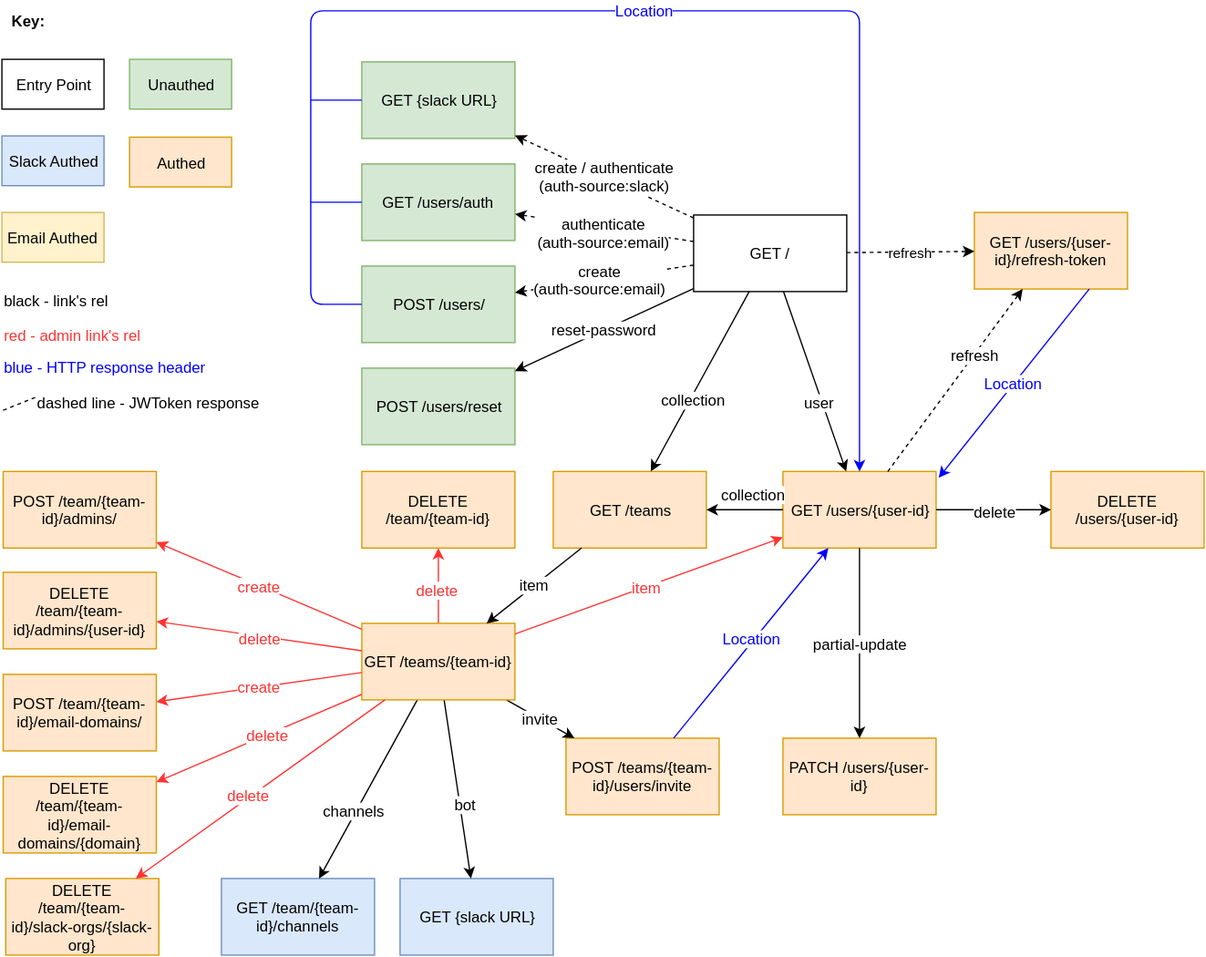
open-company/open-company-auth keeps this draw.io diagram as docs/OC-Auth-REST-API.svg. Above is the earlier version. Source tidied: cells renumbered, new cells last; positions are measured from the earlier drawing's top-left corner, leaving out a move shared by most shapes. The source it was exported from:
```xml
<mxGraphModel background="#ffffff">
  <root>
    <mxCell id="0" />
    <mxCell id="1" parent="0" />
    <mxCell id="2" value="GET /" style="whiteSpace=wrap;html=1;" parent="1" vertex="1">
      <mxGeometry x="542" y="162" width="120" height="60" as="geometry" />
    </mxCell>
    <mxCell id="3" value="POST /users/" style="whiteSpace=wrap;html=1;fillColor=#d5e8d4;strokeColor=#82b366;" parent="1" vertex="1">
      <mxGeometry x="282" y="202" width="120" height="60" as="geometry" />
    </mxCell>
    <mxCell id="4" style="endArrow=classic;html=1;dashed=1;" parent="1" edge="1" source="2" target="3">
      <mxGeometry relative="1" as="geometry" />
    </mxCell>
    <mxCell id="5" value="create&lt;div&gt;(auth-source:email)&lt;/div&gt;" style="text;html=1;align=center;verticalAlign=middle;labelBackgroundColor=#ffffff;" parent="4" vertex="1">
      <mxGeometry x="0.22" y="3" relative="1" as="geometry">
        <mxPoint x="12" y="-5" as="offset" />
      </mxGeometry>
    </mxCell>
    <mxCell id="6" value="GET /users&lt;span&gt;/auth&lt;/span&gt;" style="whiteSpace=wrap;html=1;fillColor=#d5e8d4;strokeColor=#82b366;" parent="1" vertex="1">
      <mxGeometry x="282" y="122" width="120" height="60" as="geometry" />
    </mxCell>
    <mxCell id="7" style="endArrow=classic;html=1;dashed=1;" parent="1" edge="1" source="2" target="6">
      <mxGeometry relative="1" as="geometry" />
    </mxCell>
    <mxCell id="8" value="authenticate&lt;div&gt;(auth-source:email)&lt;/div&gt;" style="text;html=1;align=center;verticalAlign=middle;labelBackgroundColor=#ffffff;direction=south;" parent="7" vertex="1">
      <mxGeometry x="0.12" y="-1" relative="1" as="geometry">
        <mxPoint x="7" y="6" as="offset" />
      </mxGeometry>
    </mxCell>
    <mxCell id="9" value="GET {slack URL}" style="whiteSpace=wrap;html=1;fillColor=#d5e8d4;strokeColor=#82b366;" parent="1" vertex="1">
      <mxGeometry x="282" y="42" width="120" height="60" as="geometry" />
    </mxCell>
    <mxCell id="10" value="create / authenticate&lt;div&gt;(auth-source:slack)&lt;/div&gt;" style="endArrow=classic;html=1;dashed=1;fontSize=12;" parent="1" edge="1" source="2" target="9">
      <mxGeometry relative="1" as="geometry" />
    </mxCell>
    <mxCell id="11" value="GET /users/{user-id}/refresh-token" style="whiteSpace=wrap;html=1;fillColor=#ffe6cc;strokeColor=#d79b00;" parent="1" vertex="1">
      <mxGeometry x="762" y="160" width="120" height="60" as="geometry" />
    </mxCell>
    <mxCell id="12" value="refresh" style="endArrow=classic;html=1;dashed=1;" parent="1" edge="1" source="2" target="11">
      <mxGeometry relative="1" as="geometry" />
    </mxCell>
    <mxCell id="13" value="&lt;span&gt;GET {slack URL}&lt;/span&gt;" style="whiteSpace=wrap;html=1;fillColor=#dae8fc;strokeColor=#6c8ebf;" parent="1" vertex="1">
      <mxGeometry x="312" y="682" width="120" height="60" as="geometry" />
    </mxCell>
    <mxCell id="14" style="endArrow=classic;html=1;" parent="1" edge="1" source="45" target="13">
      <mxGeometry relative="1" as="geometry" />
    </mxCell>
    <mxCell id="15" value="bot" style="text;html=1;align=center;verticalAlign=middle;labelBackgroundColor=#ffffff;" parent="14" vertex="1">
      <mxGeometry x="0.18" y="3" relative="1" as="geometry">
        <mxPoint x="1" as="offset" />
      </mxGeometry>
    </mxCell>
    <mxCell id="16" value="PATCH /users/{user-id}" style="whiteSpace=wrap;html=1;fillColor=#ffe6cc;strokeColor=#d79b00;" parent="1" vertex="1">
      <mxGeometry x="612" y="572" width="120" height="60" as="geometry" />
    </mxCell>
    <mxCell id="17" value="&lt;span&gt;POST /teams/{team-id}/users/invite&lt;/span&gt;" style="whiteSpace=wrap;html=1;fillColor=#ffe6cc;strokeColor=#d79b00;" parent="1" vertex="1">
      <mxGeometry x="442" y="572" width="120" height="60" as="geometry" />
    </mxCell>
    <mxCell id="18" value="GET /team/{team-id}/channels" style="whiteSpace=wrap;html=1;fillColor=#dae8fc;strokeColor=#6c8ebf;" parent="1" vertex="1">
      <mxGeometry x="172" y="682" width="120" height="60" as="geometry" />
    </mxCell>
    <mxCell id="19" style="endArrow=classic;html=1;" parent="1" edge="1" source="45" target="18">
      <mxGeometry relative="1" as="geometry" />
    </mxCell>
    <mxCell id="20" value="channels" style="text;html=1;align=center;verticalAlign=middle;labelBackgroundColor=#ffffff;" parent="19" vertex="1">
      <mxGeometry x="0.26" y="-2" relative="1" as="geometry" />
    </mxCell>
    <mxCell id="21" value="GET /teams" style="whiteSpace=wrap;html=1;fillColor=#ffe6cc;strokeColor=#d79b00;" parent="1" vertex="1">
      <mxGeometry x="432" y="363" width="120" height="60" as="geometry" />
    </mxCell>
    <mxCell id="22" style="endArrow=classic;html=1;" parent="1" edge="1" source="2" target="21">
      <mxGeometry relative="1" as="geometry" />
    </mxCell>
    <mxCell id="23" value="collection" style="text;html=1;align=center;verticalAlign=middle;labelBackgroundColor=#ffffff;" parent="22" vertex="1">
      <mxGeometry x="0.18" y="2" relative="1" as="geometry" />
    </mxCell>
    <mxCell id="24" value="GET /users/{user-id}" style="whiteSpace=wrap;html=1;fillColor=#ffe6cc;strokeColor=#d79b00;" parent="1" vertex="1">
      <mxGeometry x="612" y="363" width="120" height="60" as="geometry" />
    </mxCell>
    <mxCell id="25" style="endArrow=classic;html=1;" parent="1" edge="1" source="2" target="24">
      <mxGeometry relative="1" as="geometry" />
    </mxCell>
    <mxCell id="26" value="user" style="text;html=1;align=center;verticalAlign=middle;labelBackgroundColor=#ffffff;" parent="25" vertex="1">
      <mxGeometry x="0.22" y="-2" relative="1" as="geometry" />
    </mxCell>
    <mxCell id="27" value="DELETE /team/{team-id}" style="whiteSpace=wrap;html=1;fillColor=#ffe6cc;strokeColor=#d79b00;" parent="1" vertex="1">
      <mxGeometry x="282" y="363" width="120" height="60" as="geometry" />
    </mxCell>
    <mxCell id="28" style="endArrow=classic;html=1;strokeColor=#FF3333;" parent="1" edge="1" source="45" target="27">
      <mxGeometry relative="1" as="geometry" />
    </mxCell>
    <mxCell id="29" value="delete" style="text;html=1;align=center;verticalAlign=middle;labelBackgroundColor=#ffffff;fontSize=12;fontColor=#FF3333;" parent="28" vertex="1">
      <mxGeometry x="-0.07" y="1" relative="1" as="geometry" />
    </mxCell>
    <mxCell id="30" value="invite&lt;br&gt;" style="endArrow=classic;html=1;fontSize=12;" parent="1" edge="1" source="45" target="17">
      <mxGeometry relative="1" as="geometry" />
    </mxCell>
    <mxCell id="31" style="endArrow=classic;html=1;dashed=1;" parent="1" edge="1" source="24" target="11">
      <mxGeometry relative="1" as="geometry" />
    </mxCell>
    <mxCell id="32" value="refresh" style="text;html=1;align=center;verticalAlign=middle;labelBackgroundColor=#ffffff;" parent="31" vertex="1">
      <mxGeometry x="0.25" y="1" relative="1" as="geometry">
        <mxPoint x="3" y="-2" as="offset" />
      </mxGeometry>
    </mxCell>
    <mxCell id="33" value="Entry Point" style="whiteSpace=wrap;html=1;" parent="1" vertex="1">
      <mxGeometry y="40" width="80" height="39" as="geometry" />
    </mxCell>
    <mxCell id="34" value="Unauthed" style="whiteSpace=wrap;html=1;fillColor=#d5e8d4;strokeColor=#82b366;" parent="1" vertex="1">
      <mxGeometry x="100" y="40" width="80" height="39" as="geometry" />
    </mxCell>
    <mxCell id="35" value="Authed" style="whiteSpace=wrap;html=1;fillColor=#ffe6cc;strokeColor=#d79b00;" parent="1" vertex="1">
      <mxGeometry x="100" y="101" width="80" height="39" as="geometry" />
    </mxCell>
    <mxCell id="36" value="Slack Authed" style="whiteSpace=wrap;html=1;fillColor=#dae8fc;strokeColor=#6c8ebf;" parent="1" vertex="1">
      <mxGeometry y="100" width="80" height="39" as="geometry" />
    </mxCell>
    <mxCell id="37" value="&lt;b&gt;Key:&lt;/b&gt;" style="text;html=1;strokeColor=none;fillColor=none;align=center;verticalAlign=middle;whiteSpace=wrap;" parent="1" vertex="1">
      <mxGeometry width="40" height="20" as="geometry" />
    </mxCell>
    <mxCell id="38" value="Email Authed" style="whiteSpace=wrap;html=1;fillColor=#fff2cc;strokeColor=#d6b656;" parent="1" vertex="1">
      <mxGeometry y="160" width="80" height="39" as="geometry" />
    </mxCell>
    <mxCell id="39" value="black - link's rel" style="text;html=1;strokeColor=none;fillColor=none;align=left;verticalAlign=middle;whiteSpace=wrap;" parent="1" vertex="1">
      <mxGeometry y="219" width="110" height="20" as="geometry" />
    </mxCell>
    <mxCell id="40" value="&lt;font color=&quot;#0000ff&quot;&gt;blue - HTTP response header&lt;/font&gt;" style="text;html=1;strokeColor=none;fillColor=none;align=left;verticalAlign=middle;whiteSpace=wrap;" parent="1" vertex="1">
      <mxGeometry y="271" width="170" height="20" as="geometry" />
    </mxCell>
    <mxCell id="41" style="endArrow=none;html=1;dashed=1;endFill=0;" parent="1" edge="1">
      <mxGeometry x="-121" y="303" as="geometry">
        <mxPoint x="1" y="315" as="sourcePoint" />
        <mxPoint x="26" y="305" as="targetPoint" />
      </mxGeometry>
    </mxCell>
    <mxCell id="42" value="dashed line - JWToken response" style="text;html=1;strokeColor=none;fillColor=none;align=left;verticalAlign=middle;whiteSpace=wrap;" parent="1" vertex="1">
      <mxGeometry x="26" y="299" width="180" height="20" as="geometry" />
    </mxCell>
    <mxCell id="43" value="POST /users/reset" style="whiteSpace=wrap;html=1;fillColor=#d5e8d4;strokeColor=#82b366;" parent="1" vertex="1">
      <mxGeometry x="282" y="282" width="120" height="60" as="geometry" />
    </mxCell>
    <mxCell id="44" value="reset-password" style="endArrow=classic;html=1;fontSize=12;" parent="1" edge="1" source="2" target="43">
      <mxGeometry relative="1" as="geometry" />
    </mxCell>
    <mxCell id="45" value="GET /teams/{team-id}" style="whiteSpace=wrap;html=1;fillColor=#ffe6cc;strokeColor=#d79b00;" parent="1" vertex="1">
      <mxGeometry x="282" y="482" width="120" height="60" as="geometry" />
    </mxCell>
    <mxCell id="46" value="item" style="endArrow=classic;html=1;fontSize=12;" parent="1" edge="1" source="21" target="45">
      <mxGeometry relative="1" as="geometry" />
    </mxCell>
    <mxCell id="47" style="endArrow=classic;html=1;fontSize=12;strokeColor=#0000FF;" parent="1" edge="1" source="17" target="24">
      <mxGeometry relative="1" as="geometry" />
    </mxCell>
    <mxCell id="48" value="&lt;font color=&quot;#0000ff&quot;&gt;Location&lt;/font&gt;" style="text;html=1;align=center;verticalAlign=middle;labelBackgroundColor=#ffffff;fontSize=12;" parent="47" vertex="1">
      <mxGeometry x="0.04" y="2" relative="1" as="geometry" />
    </mxCell>
    <mxCell id="49" value="DELETE /users/{user-id}" style="whiteSpace=wrap;html=1;fillColor=#ffe6cc;strokeColor=#d79b00;" parent="1" vertex="1">
      <mxGeometry x="822" y="363" width="120" height="60" as="geometry" />
    </mxCell>
    <mxCell id="50" style="endArrow=classic;html=1;strokeColor=#FF3333;fontSize=12;" parent="1" edge="1" source="45" target="24">
      <mxGeometry relative="1" as="geometry" />
    </mxCell>
    <mxCell id="51" value="item" style="text;html=1;align=center;verticalAlign=middle;labelBackgroundColor=#ffffff;fontSize=12;fontColor=#FF3333;" parent="50" vertex="1">
      <mxGeometry x="-0.02" relative="1" as="geometry" />
    </mxCell>
    <mxCell id="52" value="red - admin link's rel" style="text;html=1;strokeColor=none;fillColor=none;align=left;verticalAlign=middle;whiteSpace=wrap;fontColor=#FF3333;" parent="1" vertex="1">
      <mxGeometry y="246" width="110" height="20" as="geometry" />
    </mxCell>
    <mxCell id="53" value="POST /team/{team-id}/admins/" style="whiteSpace=wrap;html=1;fillColor=#ffe6cc;strokeColor=#d79b00;" parent="1" vertex="1">
      <mxGeometry x="1" y="363" width="120" height="60" as="geometry" />
    </mxCell>
    <mxCell id="54" value="DELETE /team/{team-id}/admins/{user-id}" style="whiteSpace=wrap;html=1;fillColor=#ffe6cc;strokeColor=#d79b00;" parent="1" vertex="1">
      <mxGeometry x="1" y="442" width="120" height="60" as="geometry" />
    </mxCell>
    <mxCell id="55" value="POST /team/{team-id}/email-domains/" style="whiteSpace=wrap;html=1;fillColor=#ffe6cc;strokeColor=#d79b00;" parent="1" vertex="1">
      <mxGeometry x="1" y="522" width="120" height="60" as="geometry" />
    </mxCell>
    <mxCell id="56" value="DELETE /team/{team-id}/email-domains/{domain}" style="whiteSpace=wrap;html=1;fillColor=#ffe6cc;strokeColor=#d79b00;" parent="1" vertex="1">
      <mxGeometry x="1" y="602" width="120" height="60" as="geometry" />
    </mxCell>
    <mxCell id="57" value="DELETE /team/{team-id}/slack-orgs/{slack-org}" style="whiteSpace=wrap;html=1;fillColor=#ffe6cc;strokeColor=#d79b00;" parent="1" vertex="1">
      <mxGeometry x="3" y="682" width="120" height="60" as="geometry" />
    </mxCell>
    <mxCell id="58" value="create" style="endArrow=classic;html=1;strokeColor=#FF3333;fontSize=12;fontColor=#FF3333;" parent="1" edge="1" source="45" target="53">
      <mxGeometry relative="1" as="geometry" />
    </mxCell>
    <mxCell id="59" style="endArrow=classic;html=1;strokeColor=#FF3333;fontSize=12;fontColor=#FF3333;" parent="1" edge="1" source="45" target="54">
      <mxGeometry relative="1" as="geometry" />
    </mxCell>
    <mxCell id="60" value="delete" style="text;html=1;align=center;verticalAlign=middle;labelBackgroundColor=#ffffff;fontSize=12;fontColor=#FF3333;" parent="59" vertex="1">
      <mxGeometry x="-0.01" y="1" relative="1" as="geometry" />
    </mxCell>
    <mxCell id="61" value="create" style="endArrow=classic;html=1;strokeColor=#FF3333;fontSize=12;fontColor=#FF3333;" parent="1" edge="1" source="45" target="55">
      <mxGeometry relative="1" as="geometry" />
    </mxCell>
    <mxCell id="62" style="endArrow=classic;html=1;strokeColor=#FF3333;fontSize=12;fontColor=#FF3333;" parent="1" edge="1" source="45" target="56">
      <mxGeometry relative="1" as="geometry" />
    </mxCell>
    <mxCell id="63" value="delete" style="text;html=1;align=center;verticalAlign=middle;labelBackgroundColor=#ffffff;fontSize=12;fontColor=#FF3333;" parent="62" vertex="1">
      <mxGeometry x="-0.09" relative="1" as="geometry" />
    </mxCell>
    <mxCell id="64" style="endArrow=classic;html=1;strokeColor=#FF3333;fontSize=12;fontColor=#FF3333;" parent="1" edge="1" source="45" target="57">
      <mxGeometry relative="1" as="geometry" />
    </mxCell>
    <mxCell id="65" value="delete" style="text;html=1;align=center;verticalAlign=middle;labelBackgroundColor=#ffffff;fontSize=12;fontColor=#FF3333;" parent="64" vertex="1">
      <mxGeometry x="0.08" y="-2" relative="1" as="geometry" />
    </mxCell>
    <mxCell id="66" style="endArrow=classic;html=1;strokeColor=#000000;fontSize=12;fontColor=#FF3333;" parent="1" edge="1" source="24" target="49">
      <mxGeometry relative="1" as="geometry" />
    </mxCell>
    <mxCell id="67" value="&lt;font color=&quot;#000000&quot;&gt;delete&lt;/font&gt;" style="text;html=1;align=center;verticalAlign=middle;labelBackgroundColor=#ffffff;fontSize=12;fontColor=#FF3333;" parent="66" vertex="1">
      <mxGeometry x="0.02" y="-1" relative="1" as="geometry" />
    </mxCell>
    <mxCell id="68" value="&lt;font color=&quot;#000000&quot;&gt;partial-update&lt;/font&gt;" style="endArrow=classic;html=1;strokeColor=#000000;fontSize=12;fontColor=#FF3333;" parent="1" edge="1" source="24" target="16">
      <mxGeometry relative="1" as="geometry" />
    </mxCell>
    <mxCell id="69" style="endArrow=classic;html=1;strokeColor=#000000;fontSize=12;fontColor=#FF3333;" parent="1" edge="1" source="24" target="21">
      <mxGeometry relative="1" as="geometry" />
    </mxCell>
    <mxCell id="70" value="collection" style="text;html=1;align=center;verticalAlign=middle;labelBackgroundColor=#ffffff;fontSize=12;fontColor=#000000;" parent="69" vertex="1">
      <mxGeometry x="-0.38" y="-3" relative="1" as="geometry">
        <mxPoint x="-6" y="-10" as="offset" />
      </mxGeometry>
    </mxCell>
    <mxCell id="71" value="&lt;font color=&quot;#0000ff&quot;&gt;Location&lt;/font&gt;" style="endArrow=classic;html=1;strokeColor=#0000FF;fontSize=12;fontColor=#000000;" parent="1" edge="1" source="3" target="24">
      <mxGeometry relative="1" as="geometry">
        <Array as="points">
          <mxPoint x="242" y="232" />
          <mxPoint x="242" y="2" />
          <mxPoint x="672" y="2" />
        </Array>
      </mxGeometry>
    </mxCell>
    <mxCell id="72" style="endArrow=none;html=1;strokeColor=#0000FF;fontSize=12;fontColor=#000000;endFill=0;" parent="1" edge="1" target="6">
      <mxGeometry relative="1" as="geometry">
        <mxPoint x="242" y="152" as="sourcePoint" />
      </mxGeometry>
    </mxCell>
    <mxCell id="73" style="endArrow=none;html=1;strokeColor=#0000FF;fontSize=12;fontColor=#000000;endFill=0;" parent="1" edge="1" target="9">
      <mxGeometry x="130" y="160" as="geometry">
        <mxPoint x="242" y="72" as="sourcePoint" />
      </mxGeometry>
    </mxCell>
    <mxCell id="74" style="endArrow=classic;html=1;strokeColor=#0000FF;fontSize=12;fontColor=#000000;exitX=0.75;exitY=1;entryX=1.017;entryY=0.083;entryPerimeter=0;" parent="1" edge="1" source="11" target="24">
      <mxGeometry relative="1" as="geometry" />
    </mxCell>
    <mxCell id="75" value="&lt;font color=&quot;#0000ff&quot;&gt;Location&lt;/font&gt;" style="text;html=1;align=center;verticalAlign=middle;labelBackgroundColor=#ffffff;fontSize=12;fontColor=#000000;" parent="74" vertex="1">
      <mxGeometry x="0.01" y="-1" relative="1" as="geometry" />
    </mxCell>
  </root>
</mxGraphModel>
```
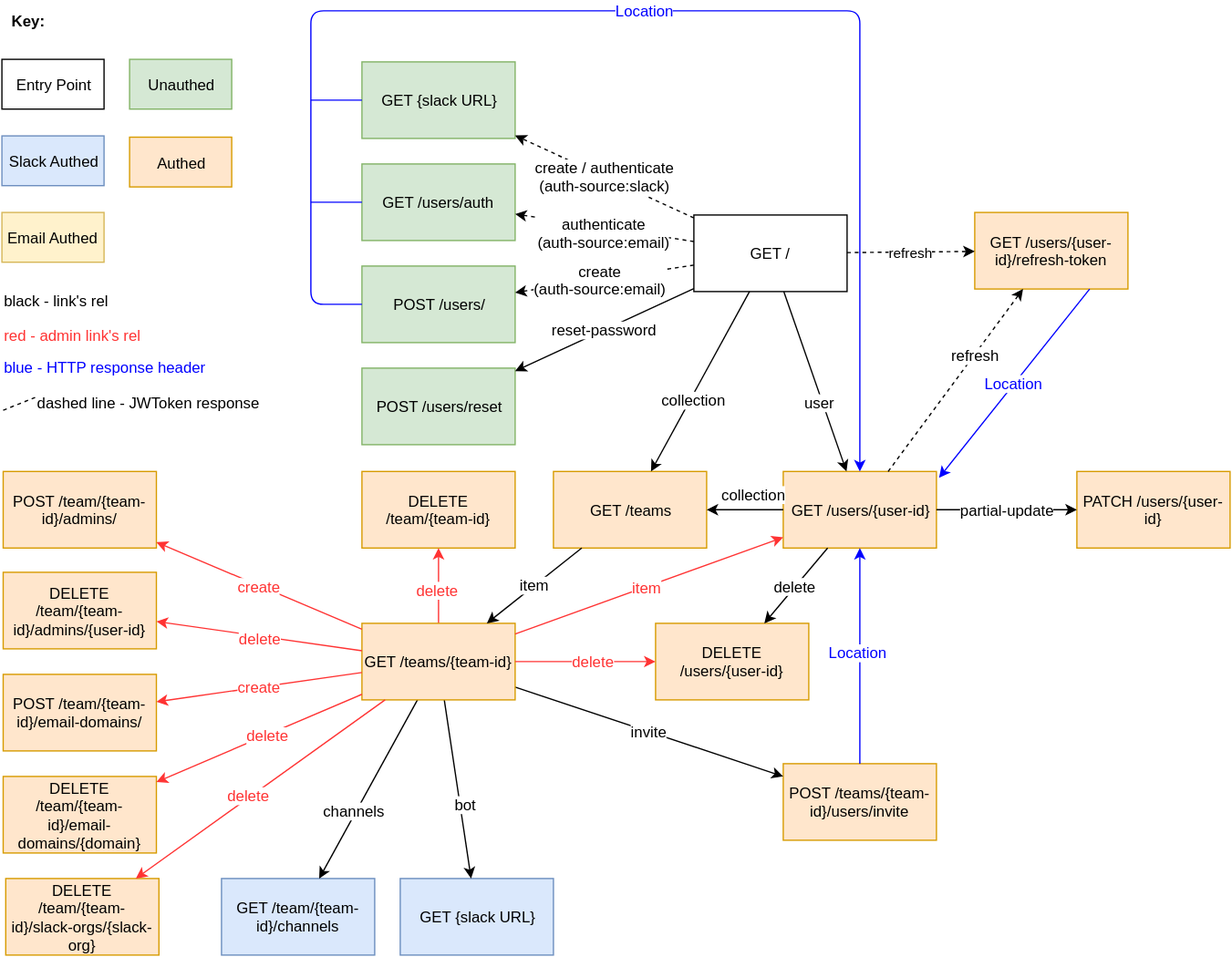
The same file after the commit.

Diff of the diagram source:
```diff
@@ -51,10 +51,10 @@
       </mxGeometry>
     </mxCell>
     <mxCell id="16" value="PATCH /users/{user-id}" style="whiteSpace=wrap;html=1;fillColor=#ffe6cc;strokeColor=#d79b00;" parent="1" vertex="1">
-      <mxGeometry x="612" y="572" width="120" height="60" as="geometry" />
+      <mxGeometry x="842" y="363" width="120" height="60" as="geometry" />
     </mxCell>
     <mxCell id="17" value="&lt;span&gt;POST /teams/{team-id}/users/invite&lt;/span&gt;" style="whiteSpace=wrap;html=1;fillColor=#ffe6cc;strokeColor=#d79b00;" parent="1" vertex="1">
-      <mxGeometry x="442" y="572" width="120" height="60" as="geometry" />
+      <mxGeometry x="612" y="592" width="120" height="60" as="geometry" />
     </mxCell>
     <mxCell id="18" value="GET /team/{team-id}/channels" style="whiteSpace=wrap;html=1;fillColor=#dae8fc;strokeColor=#6c8ebf;" parent="1" vertex="1">
       <mxGeometry x="172" y="682" width="120" height="60" as="geometry" />
@@ -155,7 +155,7 @@
       <mxGeometry x="0.04" y="2" relative="1" as="geometry" />
     </mxCell>
     <mxCell id="49" value="DELETE /users/{user-id}" style="whiteSpace=wrap;html=1;fillColor=#ffe6cc;strokeColor=#d79b00;" parent="1" vertex="1">
-      <mxGeometry x="822" y="363" width="120" height="60" as="geometry" />
+      <mxGeometry x="512" y="482" width="120" height="60" as="geometry" />
     </mxCell>
     <mxCell id="50" style="endArrow=classic;html=1;strokeColor=#FF3333;fontSize=12;" parent="1" edge="1" source="45" target="24">
       <mxGeometry relative="1" as="geometry" />
@@ -247,5 +247,11 @@
     <mxCell id="75" value="&lt;font color=&quot;#0000ff&quot;&gt;Location&lt;/font&gt;" style="text;html=1;align=center;verticalAlign=middle;labelBackgroundColor=#ffffff;fontSize=12;fontColor=#000000;" parent="74" vertex="1">
       <mxGeometry x="0.01" y="-1" relative="1" as="geometry" />
     </mxCell>
+    <mxCell id="76" style="endArrow=classic;html=1;strokeColor=#FF3333;fontSize=12;fontColor=#000000;" parent="1" edge="1" source="45" target="49">
+      <mxGeometry relative="1" as="geometry" />
+    </mxCell>
+    <mxCell id="77" value="delete" style="text;html=1;align=center;verticalAlign=middle;labelBackgroundColor=#ffffff;fontSize=12;fontColor=#FF3333;" parent="76" vertex="1">
+      <mxGeometry x="0.11" y="1" relative="1" as="geometry" />
+    </mxCell>
   </root>
 </mxGraphModel>
```
